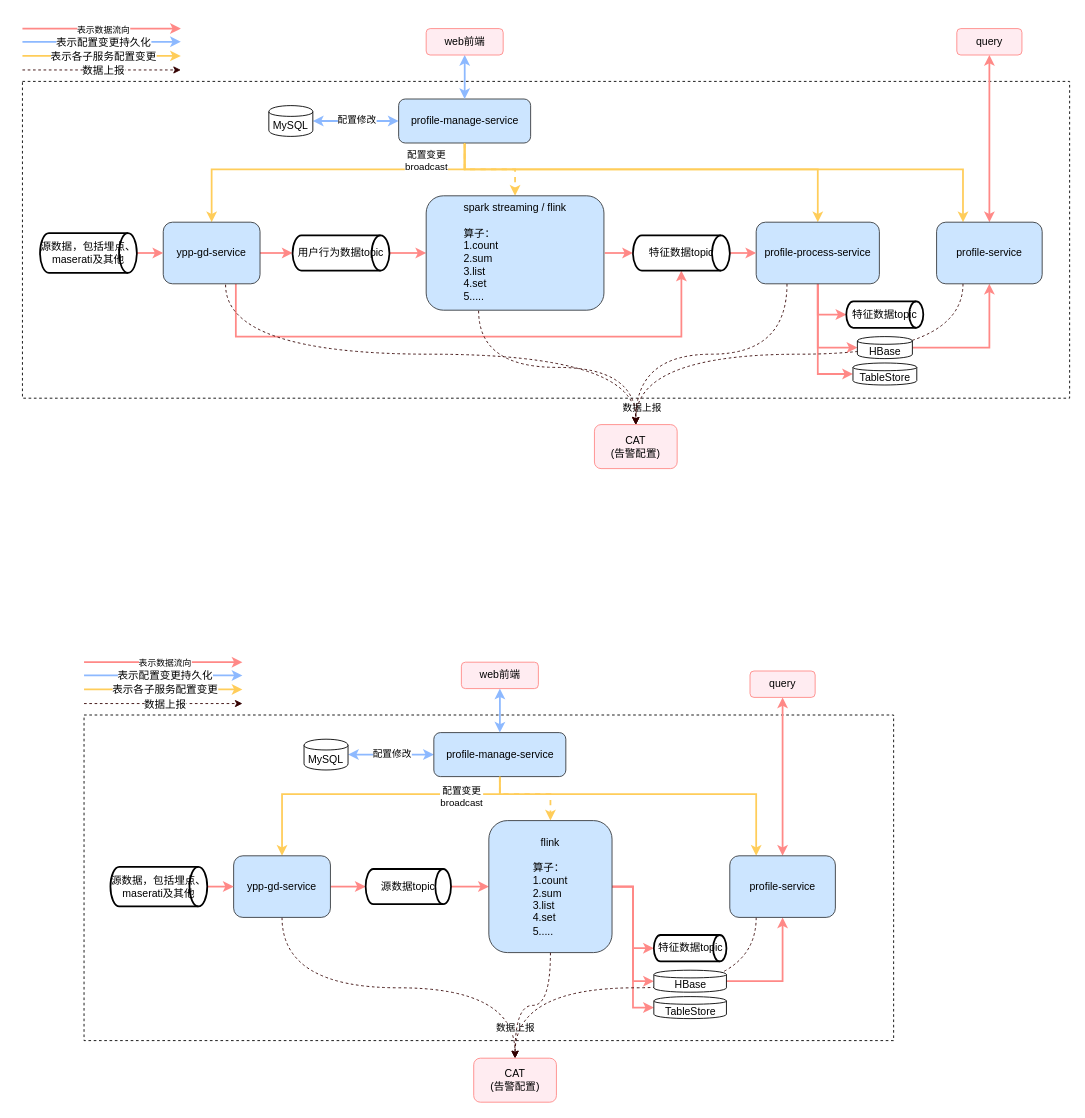
Before: 运行架构图.drawio in qingchao-kong/draw.io, a draw.io diagram. Source tidied: cells renumbered, new cells numbered last; positions are measured from the earlier drawing's top-left corner, leaving out a move shared by most shapes. Both pictures are drawn from the tidied source at 88%, with x=0, y=0 at pixel (22, 28).
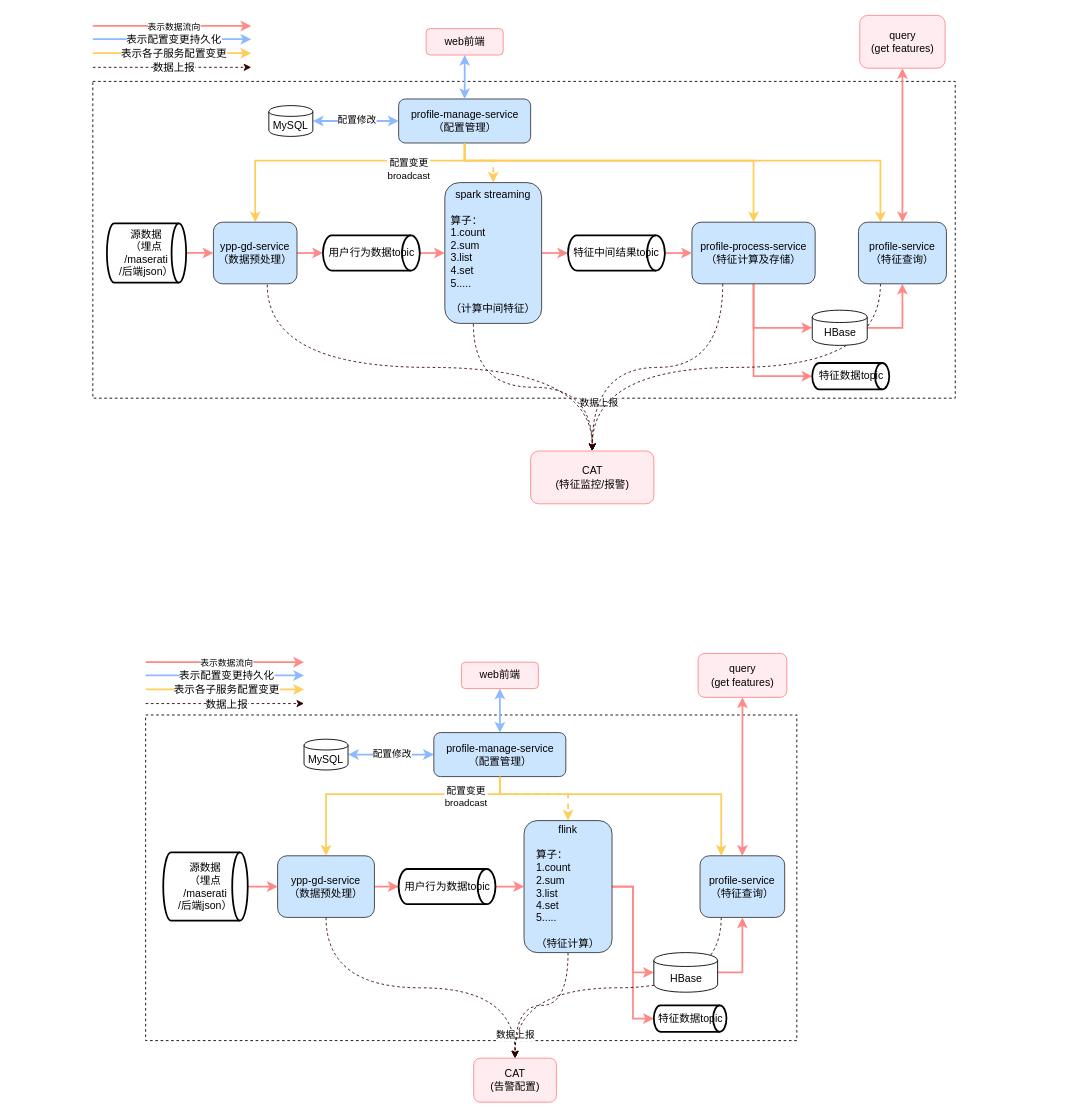
The same page after the edit.

Commit message:
Update 运行架构图.drawio

Unchanged cells that the change refers to:
```xml
<mxCell id="13" style="edgeStyle=orthogonalEdgeStyle;rounded=0;jettySize=auto;html=1;exitX=0.644;exitY=1.014;exitDx=0;exitDy=0;entryX=0.5;entryY=0;entryDx=0;entryDy=0;startArrow=none;startFill=0;strokeWidth=1;curved=1;exitPerimeter=0;dashed=1;strokeColor=#330000;" parent="1" edge="1" source="15" target="46">
  <mxGeometry relative="1" as="geometry" />
</mxCell>
```

Change to the diagram source:
```diff
@@
     <mxCell id="2" style="rounded=0;whiteSpace=wrap;html=1;dashed=1;shadow=0;fillColor=none;" parent="1" vertex="1">
-      <mxGeometry y="60" width="1190" height="360" as="geometry" />
+      <mxGeometry x="80" y="60" width="980" height="360" as="geometry" />
     </mxCell>
     <mxCell id="3" style="edgeStyle=orthogonalEdgeStyle;rounded=0;jettySize=auto;html=1;exitX=0.5;exitY=1;exitDx=0;exitDy=0;entryX=0.5;entryY=0;entryDx=0;entryDy=0;fillColor=#ffcd5a;strokeColor=#ffcd5a;strokeWidth=2;" parent="1" edge="1" source="8" target="15">
       <mxGeometry relative="1" as="geometry">
         <Array as="points">
-          <mxPoint x="503" y="160" />
-          <mxPoint x="215" y="160" />
+          <mxPoint x="503" y="150" />
+          <mxPoint x="265" y="150" />
         </Array>
       </mxGeometry>
     </mxCell>
     <mxCell id="4" style="edgeStyle=orthogonalEdgeStyle;rounded=0;jettySize=auto;html=1;exitX=0.5;exitY=1;exitDx=0;exitDy=0;entryX=0.5;entryY=0;entryDx=0;entryDy=0;fillColor=#ffcd5a;strokeColor=#ffcd5a;strokeWidth=2;" parent="1" edge="1" source="8" target="29">
       <mxGeometry relative="1" as="geometry">
         <Array as="points">
-          <mxPoint x="503" y="160" />
-          <mxPoint x="904" y="160" />
+          <mxPoint x="503" y="150" />
+          <mxPoint x="831" y="150" />
         </Array>
       </mxGeometry>
     </mxCell>
@@
     <mxCell id="7" style="edgeStyle=orthogonalEdgeStyle;rounded=0;jettySize=auto;html=1;exitX=0.5;exitY=1;exitDx=0;exitDy=0;entryX=0.25;entryY=0;entryDx=0;entryDy=0;strokeColor=#FFCD5A;strokeWidth=2;" parent="1" edge="1" source="8" target="44">
       <mxGeometry relative="1" as="geometry">
         <Array as="points">
-          <mxPoint x="503" y="160" />
-          <mxPoint x="1069" y="160" />
+          <mxPoint x="503" y="150" />
+          <mxPoint x="975" y="150" />
         </Array>
       </mxGeometry>
     </mxCell>
-    <mxCell id="8" value="profile-manage-service" style="rounded=1;whiteSpace=wrap;html=1;fillColor=#cce5ff;strokeColor=#36393d;" parent="1" vertex="1">
+    <mxCell id="8" value="profile-manage-service&lt;br&gt;（配置管理）" style="rounded=1;whiteSpace=wrap;html=1;fillColor=#cce5ff;strokeColor=#36393d;" parent="1" vertex="1">
       <mxGeometry x="427.5" y="80" width="150" height="50" as="geometry" />
     </mxCell>
     <mxCell id="9" style="edgeStyle=orthogonalEdgeStyle;rounded=0;jettySize=auto;html=1;exitX=0.5;exitY=1;exitDx=0;exitDy=0;entryX=0.5;entryY=0;entryDx=0;entryDy=0;fillColor=#ffcd5a;strokeColor=#ffcd5a;strokeWidth=2;dashed=1;" parent="1" edge="1" source="8" target="26">
-      <mxGeometry relative="1" as="geometry" />
+      <mxGeometry relative="1" as="geometry">
+        <Array as="points">
+          <mxPoint x="503" y="150" />
+          <mxPoint x="535" y="150" />
+        </Array>
+      </mxGeometry>
     </mxCell>
     <mxCell id="10" value="配置变更&lt;br&gt;broadcast" style="edgeLabel;html=1;align=center;verticalAlign=middle;" parent="9" vertex="1">
       <mxGeometry x="-0.52" y="-2" relative="1" as="geometry">
-        <mxPoint x="-41.8" y="-8.3" as="offset" />
+        <mxPoint x="-62" y="10" as="offset" />
       </mxGeometry>
     </mxCell>
@@
-    <mxCell id="12" style="edgeStyle=orthogonalEdgeStyle;rounded=0;jettySize=auto;html=1;exitX=0.75;exitY=1;exitDx=0;exitDy=0;entryX=0.5;entryY=1;entryDx=0;entryDy=0;fillColor=#ffcccc;entryPerimeter=0;strokeWidth=2;strokeColor=#FF8987;" parent="1" edge="1" source="15" target="40">
-      <mxGeometry relative="1" as="geometry">
-        <Array as="points">
-          <mxPoint x="243" y="350" />
-          <mxPoint x="749" y="350" />
-        </Array>
-      </mxGeometry>
-    </mxCell>
@@
     <mxCell id="14" value="数据上报" style="edgeLabel;html=1;align=center;verticalAlign=middle;" parent="13" vertex="1">
       <mxGeometry x="0.68" y="-27" relative="1" as="geometry">
-        <mxPoint x="27" y="33.4" as="offset" />
+        <mxPoint x="34.2" y="33.4" as="offset" />
       </mxGeometry>
     </mxCell>
-    <mxCell id="15" value="ypp-gd-service" style="rounded=1;whiteSpace=wrap;html=1;fillColor=#cce5ff;strokeColor=#36393d;" parent="1" vertex="1">
-      <mxGeometry x="160" y="220" width="110" height="70" as="geometry" />
+    <mxCell id="15" value="ypp-gd-service&lt;br&gt;（数据预处理）" style="rounded=1;whiteSpace=wrap;html=1;fillColor=#cce5ff;strokeColor=#36393d;" parent="1" vertex="1">
+      <mxGeometry x="217" y="220" width="95" height="70" as="geometry" />
     </mxCell>
@@
-    <mxCell id="17" style="edgeStyle=orthogonalEdgeStyle;rounded=0;jettySize=auto;html=1;exitX=0.5;exitY=1;exitDx=0;exitDy=0;entryX=0;entryY=0.5;entryDx=0;entryDy=0;fillColor=#ff8987;strokeColor=#ff8987;strokeWidth=2;" parent="1" edge="1" source="29" target="20">
-      <mxGeometry relative="1" as="geometry" />
-    </mxCell>
@@
-    <mxCell id="20" value="TableStore" style="shape=cylinder;whiteSpace=wrap;html=1;boundedLbl=1;backgroundOutline=1;" parent="1" vertex="1">
-      <mxGeometry x="943.8" y="380" width="72.5" height="25" as="geometry" />
-    </mxCell>
@@
-    <mxCell id="24" style="edgeStyle=orthogonalEdgeStyle;rounded=0;jettySize=auto;html=1;exitX=1;exitY=0.5;exitDx=0;exitDy=0;entryX=0;entryY=0.5;entryDx=0;entryDy=0;fillColor=#ff8987;strokeColor=#ff8987;entryPerimeter=0;strokeWidth=2;" parent="1" edge="1" target="40">
-      <mxGeometry relative="1" as="geometry">
-        <mxPoint x="661.8" y="255" as="sourcePoint" />
-      </mxGeometry>
+    <mxCell id="24" style="edgeStyle=orthogonalEdgeStyle;rounded=0;jettySize=auto;html=1;exitX=1;exitY=0.5;exitDx=0;exitDy=0;entryX=0;entryY=0.5;entryDx=0;entryDy=0;fillColor=#ff8987;strokeColor=#ff8987;entryPerimeter=0;strokeWidth=2;" parent="1" edge="1" source="26" target="40">
+      <mxGeometry relative="1" as="geometry" />
     </mxCell>
@@
-    <mxCell id="26" value="spark streaming / flink&lt;br&gt;&lt;div style=&quot;text-align: left&quot;&gt;&lt;span&gt;&lt;br&gt;&lt;/span&gt;&lt;/div&gt;&lt;div style=&quot;text-align: left&quot;&gt;&lt;span&gt;算子：&lt;/span&gt;&lt;/div&gt;&lt;div style=&quot;text-align: left&quot;&gt;&lt;span&gt;1.count&lt;/span&gt;&lt;/div&gt;&lt;div style=&quot;text-align: left&quot;&gt;&lt;span&gt;2.sum&lt;/span&gt;&lt;/div&gt;&lt;div style=&quot;text-align: left&quot;&gt;&lt;span&gt;3.list&lt;/span&gt;&lt;/div&gt;&lt;div style=&quot;text-align: left&quot;&gt;&lt;span&gt;4.set&lt;/span&gt;&lt;/div&gt;&lt;div style=&quot;text-align: left&quot;&gt;&lt;span&gt;5.....&lt;/span&gt;&lt;/div&gt;" style="rounded=1;whiteSpace=wrap;html=1;fillColor=#cce5ff;strokeColor=#36393d;verticalAlign=top;" parent="1" vertex="1">
-      <mxGeometry x="458.8" y="190" width="202" height="130" as="geometry" />
+    <mxCell id="26" value="spark streaming&lt;br&gt;&lt;div style=&quot;text-align: left&quot;&gt;&lt;span&gt;&lt;br&gt;&lt;/span&gt;&lt;/div&gt;&lt;div style=&quot;text-align: left&quot;&gt;&lt;span&gt;算子：&lt;/span&gt;&lt;/div&gt;&lt;div style=&quot;text-align: left&quot;&gt;&lt;span&gt;1.count&lt;/span&gt;&lt;/div&gt;&lt;div style=&quot;text-align: left&quot;&gt;&lt;span&gt;2.sum&lt;/span&gt;&lt;/div&gt;&lt;div style=&quot;text-align: left&quot;&gt;&lt;span&gt;3.list&lt;/span&gt;&lt;/div&gt;&lt;div style=&quot;text-align: left&quot;&gt;&lt;span&gt;4.set&lt;/span&gt;&lt;/div&gt;&lt;div style=&quot;text-align: left&quot;&gt;&lt;span&gt;5.....&lt;/span&gt;&lt;/div&gt;&lt;div style=&quot;text-align: left&quot;&gt;&lt;span&gt;&lt;br&gt;&lt;/span&gt;&lt;/div&gt;&lt;div style=&quot;text-align: left&quot;&gt;&lt;span&gt;（计算中间特征）&lt;/span&gt;&lt;/div&gt;" style="rounded=1;whiteSpace=wrap;html=1;fillColor=#cce5ff;strokeColor=#36393d;verticalAlign=top;" parent="1" vertex="1">
+      <mxGeometry x="480" y="175" width="110" height="160" as="geometry" />
     </mxCell>
@@
-    <mxCell id="29" value="profile-process-service" style="rounded=1;whiteSpace=wrap;html=1;fillColor=#cce5ff;strokeColor=#36393d;" parent="1" vertex="1">
-      <mxGeometry x="833.8" y="220" width="140" height="70" as="geometry" />
+    <mxCell id="29" value="profile-process-service&lt;br&gt;（特征计算及存储）" style="rounded=1;whiteSpace=wrap;html=1;fillColor=#cce5ff;strokeColor=#36393d;" parent="1" vertex="1">
+      <mxGeometry x="760.8" y="220" width="140" height="70" as="geometry" />
     </mxCell>
@@
     <mxCell id="31" style="endArrow=classic;html=1;fillColor=#ff8987;strokeColor=#ff8987;strokeWidth=2;" parent="1" edge="1">
       <mxGeometry relative="1" as="geometry">
-        <mxPoint as="sourcePoint" />
-        <mxPoint x="180" as="targetPoint" />
+        <mxPoint x="80" y="-3" as="sourcePoint" />
+        <mxPoint x="260" y="-3" as="targetPoint" />
       </mxGeometry>
     </mxCell>
@@
     <mxCell id="34" style="endArrow=classic;html=1;fillColor=#8db9ff;strokeColor=#8db9ff;strokeWidth=2;" parent="1" edge="1">
       <mxGeometry relative="1" as="geometry">
-        <mxPoint y="15" as="sourcePoint" />
-        <mxPoint x="180" y="15" as="targetPoint" />
+        <mxPoint x="80" y="12" as="sourcePoint" />
+        <mxPoint x="260" y="12" as="targetPoint" />
       </mxGeometry>
     </mxCell>
@@
     <mxCell id="36" style="endArrow=classic;html=1;fillColor=#ffcd5a;strokeColor=#ffcd5a;strokeWidth=2;" parent="1" edge="1">
       <mxGeometry relative="1" as="geometry">
-        <mxPoint y="31" as="sourcePoint" />
-        <mxPoint x="180" y="31" as="targetPoint" />
+        <mxPoint x="80" y="28" as="sourcePoint" />
+        <mxPoint x="260" y="28" as="targetPoint" />
       </mxGeometry>
     </mxCell>
@@
-    <mxCell id="38" value="源数据，包括埋点、maserati及其他" style="strokeWidth=2;html=1;shape=mxgraph.flowchart.direct_data;whiteSpace=wrap;" parent="1" vertex="1">
-      <mxGeometry x="20" y="232.5" width="110" height="45" as="geometry" />
+    <mxCell id="38" value="源数据&lt;br&gt;（埋点&lt;br&gt;/maserati&lt;br&gt;/后端json）" style="strokeWidth=2;html=1;shape=mxgraph.flowchart.direct_data;whiteSpace=wrap;" parent="1" vertex="1">
+      <mxGeometry x="96" y="221.2" width="90" height="67.5" as="geometry" />
     </mxCell>
     <mxCell id="39" value="用户行为数据topic" style="strokeWidth=2;html=1;shape=mxgraph.flowchart.direct_data;whiteSpace=wrap;" parent="1" vertex="1">
-      <mxGeometry x="307" y="235" width="110" height="40" as="geometry" />
+      <mxGeometry x="341.5" y="235" width="110" height="40" as="geometry" />
     </mxCell>
-    <mxCell id="40" value="特征数据topic" style="strokeWidth=2;html=1;shape=mxgraph.flowchart.direct_data;whiteSpace=wrap;" parent="1" vertex="1">
-      <mxGeometry x="693.8" y="235" width="110" height="40" as="geometry" />
+    <mxCell id="40" value="特征中间结果topic" style="strokeWidth=2;html=1;shape=mxgraph.flowchart.direct_data;whiteSpace=wrap;" parent="1" vertex="1">
+      <mxGeometry x="620" y="235" width="110" height="40" as="geometry" />
     </mxCell>
     <mxCell id="41" value="特征数据topic" style="strokeWidth=2;html=1;shape=mxgraph.flowchart.direct_data;whiteSpace=wrap;" parent="1" vertex="1">
-      <mxGeometry x="936.2" y="310" width="87.5" height="30" as="geometry" />
+      <mxGeometry x="897.5" y="380" width="87.5" height="30" as="geometry" />
     </mxCell>
@@
-    <mxCell id="44" value="profile-service" style="rounded=1;whiteSpace=wrap;html=1;fillColor=#cce5ff;strokeColor=#36393d;" parent="1" vertex="1">
-      <mxGeometry x="1038.8" y="220" width="120" height="70" as="geometry" />
+    <mxCell id="44" value="profile-service&lt;br&gt;（特征查询）" style="rounded=1;whiteSpace=wrap;html=1;fillColor=#cce5ff;strokeColor=#36393d;" parent="1" vertex="1">
+      <mxGeometry x="950" y="220" width="100" height="70" as="geometry" />
     </mxCell>
-    <mxCell id="45" value="query" style="rounded=1;whiteSpace=wrap;html=1;fillColor=#ffecf1;strokeColor=#ff8987;" parent="1" vertex="1">
-      <mxGeometry x="1061.8" width="74" height="30" as="geometry" />
+    <mxCell id="45" value="query&lt;br&gt;(get features)" style="rounded=1;whiteSpace=wrap;html=1;fillColor=#ffecf1;strokeColor=#ff8987;" parent="1" vertex="1">
+      <mxGeometry x="951.5" y="-15" width="97" height="60" as="geometry" />
     </mxCell>
-    <mxCell id="46" value="CAT&lt;br&gt;(告警配置)" style="rounded=1;whiteSpace=wrap;html=1;fillColor=#ffecf1;strokeColor=#ff8987;" parent="1" vertex="1">
-      <mxGeometry x="650" y="450" width="94" height="50" as="geometry" />
+    <mxCell id="46" value="CAT&lt;br&gt;(特征监控/报警)" style="rounded=1;whiteSpace=wrap;html=1;fillColor=#ffecf1;strokeColor=#ff8987;" parent="1" vertex="1">
+      <mxGeometry x="577.5" y="480" width="140" height="60" as="geometry" />
     </mxCell>
     <mxCell id="47" style="endArrow=classic;html=1;fillColor=#ffcd5a;strokeWidth=1;strokeColor=#330000;dashed=1;" parent="1" edge="1">
       <mxGeometry relative="1" as="geometry">
-        <mxPoint y="47" as="sourcePoint" />
-        <mxPoint x="180" y="47" as="targetPoint" />
+        <mxPoint x="80" y="44" as="sourcePoint" />
+        <mxPoint x="260" y="44" as="targetPoint" />
       </mxGeometry>
     </mxCell>
@@
     <mxCell id="49" value="HBase" style="shape=cylinder;whiteSpace=wrap;html=1;boundedLbl=1;backgroundOutline=1;" parent="1" vertex="1">
-      <mxGeometry x="948.8" y="350" width="62.5" height="25" as="geometry" />
+      <mxGeometry x="897.5" y="320" width="62.5" height="40" as="geometry" />
     </mxCell>
     <mxCell id="50" style="rounded=0;whiteSpace=wrap;html=1;dashed=1;shadow=0;fillColor=none;" parent="1" vertex="1">
-      <mxGeometry x="70" y="780" width="920" height="370" as="geometry" />
+      <mxGeometry x="140" y="780" width="740" height="370" as="geometry" />
     </mxCell>
     <mxCell id="51" style="edgeStyle=orthogonalEdgeStyle;rounded=0;jettySize=auto;html=1;exitX=0.5;exitY=1;exitDx=0;exitDy=0;entryX=0.5;entryY=0;entryDx=0;entryDy=0;fillColor=#ffcd5a;strokeColor=#ffcd5a;strokeWidth=2;" parent="1" edge="1" source="55" target="61">
       <mxGeometry relative="1" as="geometry">
         <Array as="points">
           <mxPoint x="543" y="870" />
-          <mxPoint x="295" y="870" />
+          <mxPoint x="345" y="870" />
         </Array>
       </mxGeometry>
     </mxCell>
@@
     <mxCell id="54" style="edgeStyle=orthogonalEdgeStyle;rounded=0;jettySize=auto;html=1;exitX=0.5;exitY=1;exitDx=0;exitDy=0;entryX=0.25;entryY=0;entryDx=0;entryDy=0;strokeColor=#FFCD5A;strokeWidth=2;" parent="1" edge="1" source="55" target="85">
       <mxGeometry relative="1" as="geometry">
         <Array as="points">
           <mxPoint x="543" y="870" />
-          <mxPoint x="834" y="870" />
+          <mxPoint x="794" y="870" />
         </Array>
       </mxGeometry>
     </mxCell>
-    <mxCell id="55" value="profile-manage-service" style="rounded=1;whiteSpace=wrap;html=1;fillColor=#cce5ff;strokeColor=#36393d;" parent="1" vertex="1">
+    <mxCell id="55" value="profile-manage-service&lt;br&gt;（配置管理）" style="rounded=1;whiteSpace=wrap;html=1;fillColor=#cce5ff;strokeColor=#36393d;" parent="1" vertex="1">
       <mxGeometry x="467.5" y="800" width="150" height="50" as="geometry" />
     </mxCell>
     <mxCell id="56" style="edgeStyle=orthogonalEdgeStyle;rounded=0;jettySize=auto;html=1;exitX=0.5;exitY=1;exitDx=0;exitDy=0;entryX=0.5;entryY=0;entryDx=0;entryDy=0;fillColor=#ffcd5a;strokeColor=#ffcd5a;strokeWidth=2;dashed=1;" parent="1" edge="1" source="55" target="72">
       <mxGeometry relative="1" as="geometry">
         <Array as="points">
           <mxPoint x="543" y="870" />
-          <mxPoint x="600" y="870" />
+          <mxPoint x="620" y="870" />
         </Array>
       </mxGeometry>
     </mxCell>
@@
-    <mxCell id="61" value="ypp-gd-service" style="rounded=1;whiteSpace=wrap;html=1;fillColor=#cce5ff;strokeColor=#36393d;" parent="1" vertex="1">
-      <mxGeometry x="240" y="940" width="110" height="70" as="geometry" />
+    <mxCell id="61" value="ypp-gd-service&lt;br&gt;（数据预处理）" style="rounded=1;whiteSpace=wrap;html=1;fillColor=#cce5ff;strokeColor=#36393d;" parent="1" vertex="1">
+      <mxGeometry x="290" y="940" width="110" height="70" as="geometry" />
     </mxCell>
@@
-    <mxCell id="63" style="edgeStyle=orthogonalEdgeStyle;rounded=0;jettySize=auto;html=1;exitX=1;exitY=0.5;exitDx=0;exitDy=0;entryX=0;entryY=0.5;entryDx=0;entryDy=0;fillColor=#ff8987;strokeColor=#ff8987;strokeWidth=2;" parent="1" edge="1" source="72" target="66">
-      <mxGeometry relative="1" as="geometry" />
-    </mxCell>
@@
-    <mxCell id="66" value="TableStore" style="shape=cylinder;whiteSpace=wrap;html=1;boundedLbl=1;backgroundOutline=1;" parent="1" vertex="1">
-      <mxGeometry x="717.5" y="1100" width="82.5" height="25" as="geometry" />
-    </mxCell>
@@
-    <mxCell id="72" value="flink&lt;br&gt;&lt;div style=&quot;text-align: left&quot;&gt;&lt;br&gt;&lt;/div&gt;&lt;div style=&quot;text-align: left&quot;&gt;算子：&lt;/div&gt;&lt;div style=&quot;text-align: left&quot;&gt;1.count&lt;/div&gt;&lt;div style=&quot;text-align: left&quot;&gt;2.sum&lt;/div&gt;&lt;div style=&quot;text-align: left&quot;&gt;3.list&lt;/div&gt;&lt;div style=&quot;text-align: left&quot;&gt;4.set&lt;/div&gt;&lt;div style=&quot;text-align: left&quot;&gt;5.....&lt;/div&gt;" style="rounded=1;whiteSpace=wrap;html=1;fillColor=#cce5ff;strokeColor=#36393d;" parent="1" vertex="1">
-      <mxGeometry x="530" y="900" width="140" height="150" as="geometry" />
+    <mxCell id="72" value="flink&lt;br&gt;&lt;div style=&quot;text-align: left&quot;&gt;&lt;br&gt;&lt;/div&gt;&lt;div style=&quot;text-align: left&quot;&gt;算子：&lt;/div&gt;&lt;div style=&quot;text-align: left&quot;&gt;1.count&lt;/div&gt;&lt;div style=&quot;text-align: left&quot;&gt;2.sum&lt;/div&gt;&lt;div style=&quot;text-align: left&quot;&gt;3.list&lt;/div&gt;&lt;div style=&quot;text-align: left&quot;&gt;4.set&lt;/div&gt;&lt;div style=&quot;text-align: left&quot;&gt;5.....&lt;/div&gt;&lt;div style=&quot;text-align: left&quot;&gt;&lt;br&gt;&lt;/div&gt;&lt;div style=&quot;text-align: left&quot;&gt;（特征计算）&lt;/div&gt;" style="rounded=1;whiteSpace=wrap;html=1;fillColor=#cce5ff;strokeColor=#36393d;" parent="1" vertex="1">
+      <mxGeometry x="570" y="900" width="100" height="150" as="geometry" />
     </mxCell>
     <mxCell id="73" style="endArrow=classic;html=1;fillColor=#ff8987;strokeColor=#ff8987;strokeWidth=2;" parent="1" edge="1">
       <mxGeometry relative="1" as="geometry">
-        <mxPoint x="70" y="720" as="sourcePoint" />
-        <mxPoint x="250" y="720" as="targetPoint" />
+        <mxPoint x="140" y="720" as="sourcePoint" />
+        <mxPoint x="320" y="720" as="targetPoint" />
       </mxGeometry>
     </mxCell>
@@
     <mxCell id="76" style="endArrow=classic;html=1;fillColor=#8db9ff;strokeColor=#8db9ff;strokeWidth=2;" parent="1" edge="1">
       <mxGeometry relative="1" as="geometry">
-        <mxPoint x="70" y="735" as="sourcePoint" />
-        <mxPoint x="250" y="735" as="targetPoint" />
+        <mxPoint x="140" y="735" as="sourcePoint" />
+        <mxPoint x="320" y="735" as="targetPoint" />
       </mxGeometry>
     </mxCell>
@@
     <mxCell id="78" style="endArrow=classic;html=1;fillColor=#ffcd5a;strokeColor=#ffcd5a;strokeWidth=2;" parent="1" edge="1">
       <mxGeometry relative="1" as="geometry">
-        <mxPoint x="70" y="751" as="sourcePoint" />
-        <mxPoint x="250" y="751" as="targetPoint" />
+        <mxPoint x="140" y="751" as="sourcePoint" />
+        <mxPoint x="320" y="751" as="targetPoint" />
       </mxGeometry>
     </mxCell>
@@
-    <mxCell id="80" value="源数据，包括埋点、maserati及其他" style="strokeWidth=2;html=1;shape=mxgraph.flowchart.direct_data;whiteSpace=wrap;" parent="1" vertex="1">
-      <mxGeometry x="100" y="952.5" width="110" height="45" as="geometry" />
+    <mxCell id="80" value="源数据&lt;br&gt;（埋点&lt;br&gt;/maserati&lt;br&gt;/后端json）" style="strokeWidth=2;html=1;shape=mxgraph.flowchart.direct_data;whiteSpace=wrap;" parent="1" vertex="1">
+      <mxGeometry x="160" y="936.2" width="96" height="77.5" as="geometry" />
     </mxCell>
-    <mxCell id="81" value="源数据topic" style="strokeWidth=2;html=1;shape=mxgraph.flowchart.direct_data;whiteSpace=wrap;" parent="1" vertex="1">
-      <mxGeometry x="390" y="955" width="97" height="40" as="geometry" />
+    <mxCell id="81" value="用户行为数据topic" style="strokeWidth=2;html=1;shape=mxgraph.flowchart.direct_data;whiteSpace=wrap;" parent="1" vertex="1">
+      <mxGeometry x="427.5" y="955" width="110" height="40" as="geometry" />
     </mxCell>
     <mxCell id="82" value="特征数据topic" style="strokeWidth=2;html=1;shape=mxgraph.flowchart.direct_data;whiteSpace=wrap;" parent="1" vertex="1">
-      <mxGeometry x="717.5" y="1030" width="82.5" height="30" as="geometry" />
+      <mxGeometry x="717.5" y="1110" width="82.5" height="30" as="geometry" />
     </mxCell>
@@
-    <mxCell id="85" value="profile-service" style="rounded=1;whiteSpace=wrap;html=1;fillColor=#cce5ff;strokeColor=#36393d;" parent="1" vertex="1">
-      <mxGeometry x="803.8" y="940" width="120" height="70" as="geometry" />
+    <mxCell id="85" value="profile-service&lt;br&gt;（特征查询）" style="rounded=1;whiteSpace=wrap;html=1;fillColor=#cce5ff;strokeColor=#36393d;" parent="1" vertex="1">
+      <mxGeometry x="770" y="940" width="96.2" height="70" as="geometry" />
     </mxCell>
-    <mxCell id="86" value="query" style="rounded=1;whiteSpace=wrap;html=1;fillColor=#ffecf1;strokeColor=#ff8987;" parent="1" vertex="1">
-      <mxGeometry x="826.8" y="730" width="74" height="30" as="geometry" />
+    <mxCell id="86" value="query&lt;br&gt;(get features)" style="rounded=1;whiteSpace=wrap;html=1;fillColor=#ffecf1;strokeColor=#ff8987;" parent="1" vertex="1">
+      <mxGeometry x="767.8" y="710" width="100.8" height="50" as="geometry" />
     </mxCell>
@@
     <mxCell id="88" style="endArrow=classic;html=1;fillColor=#ffcd5a;strokeWidth=1;strokeColor=#330000;dashed=1;" parent="1" edge="1">
       <mxGeometry relative="1" as="geometry">
-        <mxPoint x="70" y="767" as="sourcePoint" />
-        <mxPoint x="250" y="767" as="targetPoint" />
+        <mxPoint x="140" y="767" as="sourcePoint" />
+        <mxPoint x="320" y="767" as="targetPoint" />
       </mxGeometry>
     </mxCell>
@@
     <mxCell id="90" value="HBase" style="shape=cylinder;whiteSpace=wrap;html=1;boundedLbl=1;backgroundOutline=1;" parent="1" vertex="1">
-      <mxGeometry x="717.5" y="1070" width="82.5" height="25" as="geometry" />
+      <mxGeometry x="717.5" y="1050" width="72.5" height="45" as="geometry" />
     </mxCell>
```
